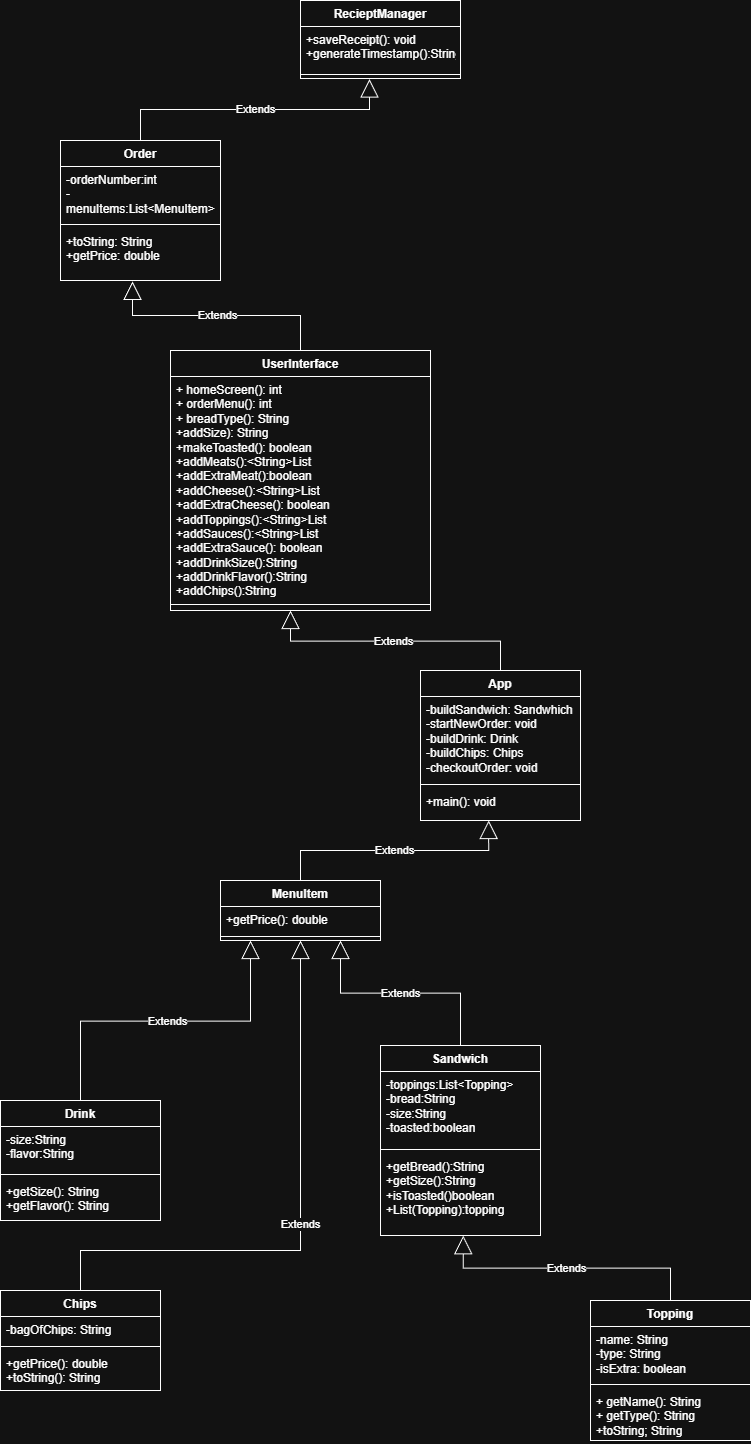
This is Diagram/ProvisionsLab.drawio.png from MateoMorales01/Deli-Shop, a draw.io export, as it was before one commit. Source tidied: cells renumbered, new cells last; positions are measured from the earlier drawing's top-left corner, leaving out a move shared by most shapes.
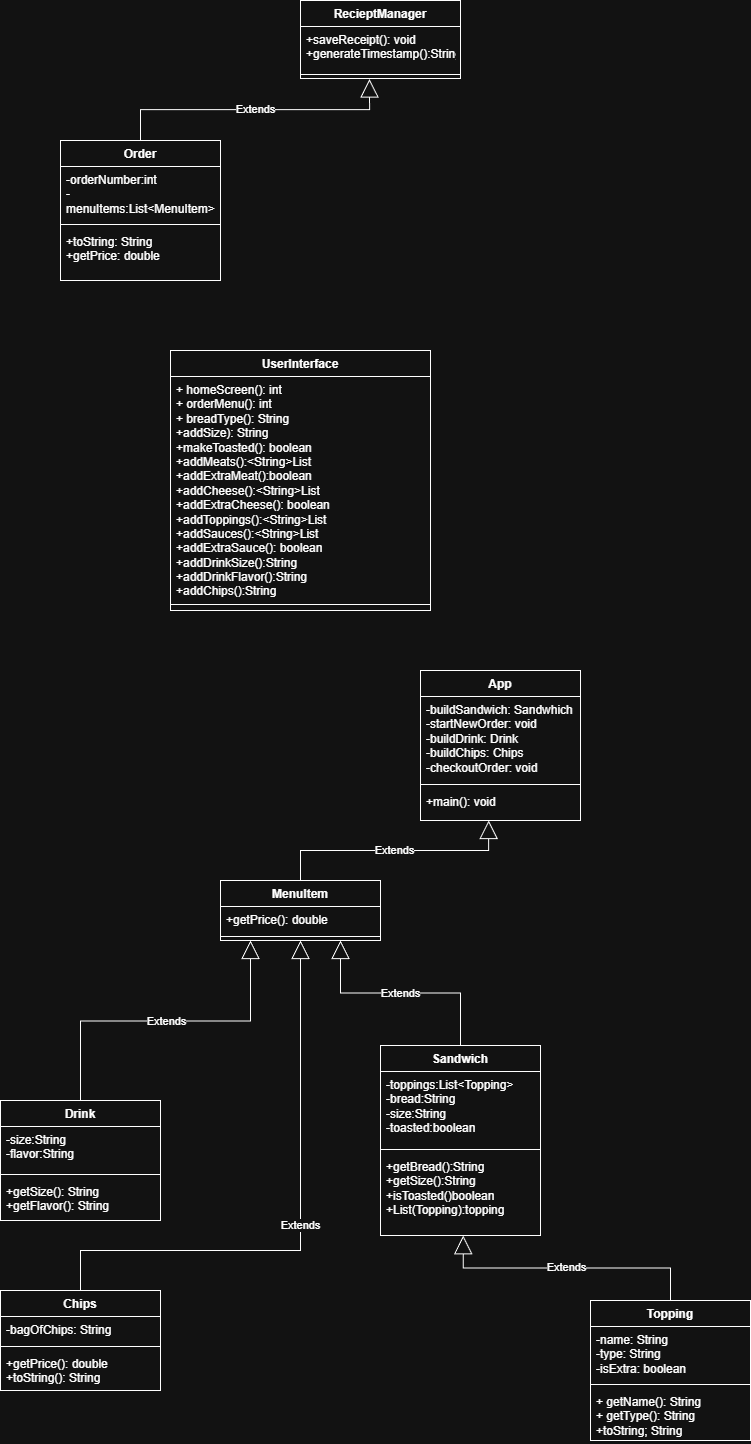
The same diagram one commit later.

Change to the diagram source:
```diff
@@ -126,14 +126,6 @@
     <mxCell id="40" value="Extends" style="endArrow=block;endSize=16;endFill=0;html=1;rounded=0;edgeStyle=orthogonalEdgeStyle;exitX=0.5;exitY=0;exitDx=0;exitDy=0;entryX=0.426;entryY=1;entryDx=0;entryDy=0;entryPerimeter=0;" parent="1" edge="1" source="25" target="35">
       <mxGeometry relative="1" as="geometry" />
     </mxCell>
-    <mxCell id="41" value="Extends" style="endArrow=block;endSize=16;endFill=0;html=1;rounded=0;edgeStyle=orthogonalEdgeStyle;exitX=0.5;exitY=0;exitDx=0;exitDy=0;" parent="1" edge="1" source="32">
-      <mxGeometry relative="1" as="geometry">
-        <mxPoint x="290" y="610" as="targetPoint" />
-      </mxGeometry>
-    </mxCell>
-    <mxCell id="42" value="Extends" style="endArrow=block;endSize=16;endFill=0;html=1;rounded=0;edgeStyle=orthogonalEdgeStyle;exitX=0.5;exitY=0;exitDx=0;exitDy=0;entryX=0.45;entryY=1.017;entryDx=0;entryDy=0;entryPerimeter=0;" parent="1" edge="1" source="28" target="21">
-      <mxGeometry relative="1" as="geometry" />
-    </mxCell>
     <mxCell id="43" value="Extends" style="endArrow=block;endSize=16;endFill=0;html=1;rounded=0;edgeStyle=orthogonalEdgeStyle;exitX=0.5;exitY=0;exitDx=0;exitDy=0;entryX=0.431;entryY=1.066;entryDx=0;entryDy=0;entryPerimeter=0;" parent="1" edge="1" source="18" target="24">
       <mxGeometry relative="1" as="geometry" />
     </mxCell>
```
